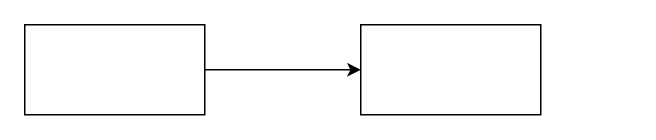
This is 堆.drawio from huangzhencode/picture, a draw.io file, before an edit. Source tidied: cells renumbered, new cells numbered last; positions are measured from the earlier drawing's top-left corner, leaving out a move shared by most shapes. Both pictures are drawn from the tidied source at 150%, with x=0, y=0 at pixel (24, 24).
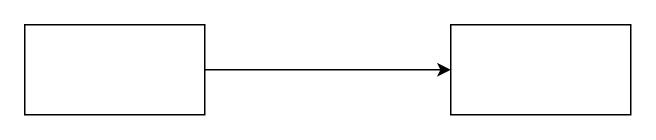
Above is the later version.

Diff of the diagram source:
```diff
@@
 <mxGraphModel>
   <root>
     <mxCell id="0" />
     <mxCell id="1" parent="0" />
-    <mxCell id="2" style="edgeStyle=orthogonalEdgeStyle;rounded=0;jettySize=auto;html=1;exitX=1;exitY=0.5;exitDx=0;exitDy=0;" parent="1" edge="1" source="3" target="4">
+    <mxCell id="2" style="edgeStyle=orthogonalEdgeStyle;rounded=0;jettySize=auto;html=1;exitX=1;exitY=0.5;exitDx=0;exitDy=0;curved=1;" parent="1" edge="1" source="3" target="4">
       <mxGeometry relative="1" as="geometry" />
     </mxCell>
     <mxCell id="3" style="rounded=0;whiteSpace=wrap;html=1;" parent="1" vertex="1">
       <mxGeometry width="120" height="60" as="geometry" />
     </mxCell>
     <mxCell id="4" style="rounded=0;whiteSpace=wrap;html=1;" parent="1" vertex="1">
-      <mxGeometry x="224" width="120" height="60" as="geometry" />
+      <mxGeometry x="284" width="120" height="60" as="geometry" />
     </mxCell>
   </root>
 </mxGraphModel>
```
